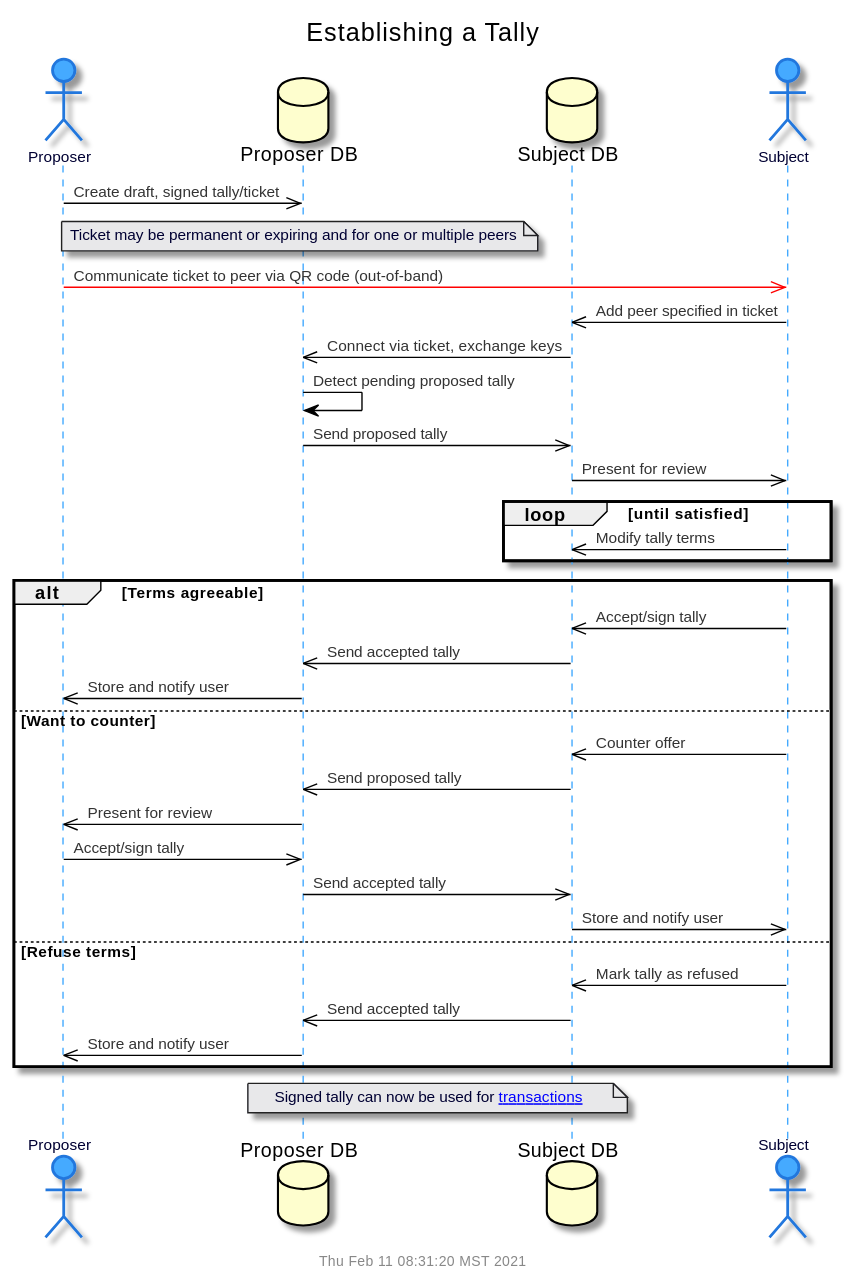
The PlantUML diagram doc/uml/seq-tally.svg in gotchoices/MyCHIPs, before a commit.
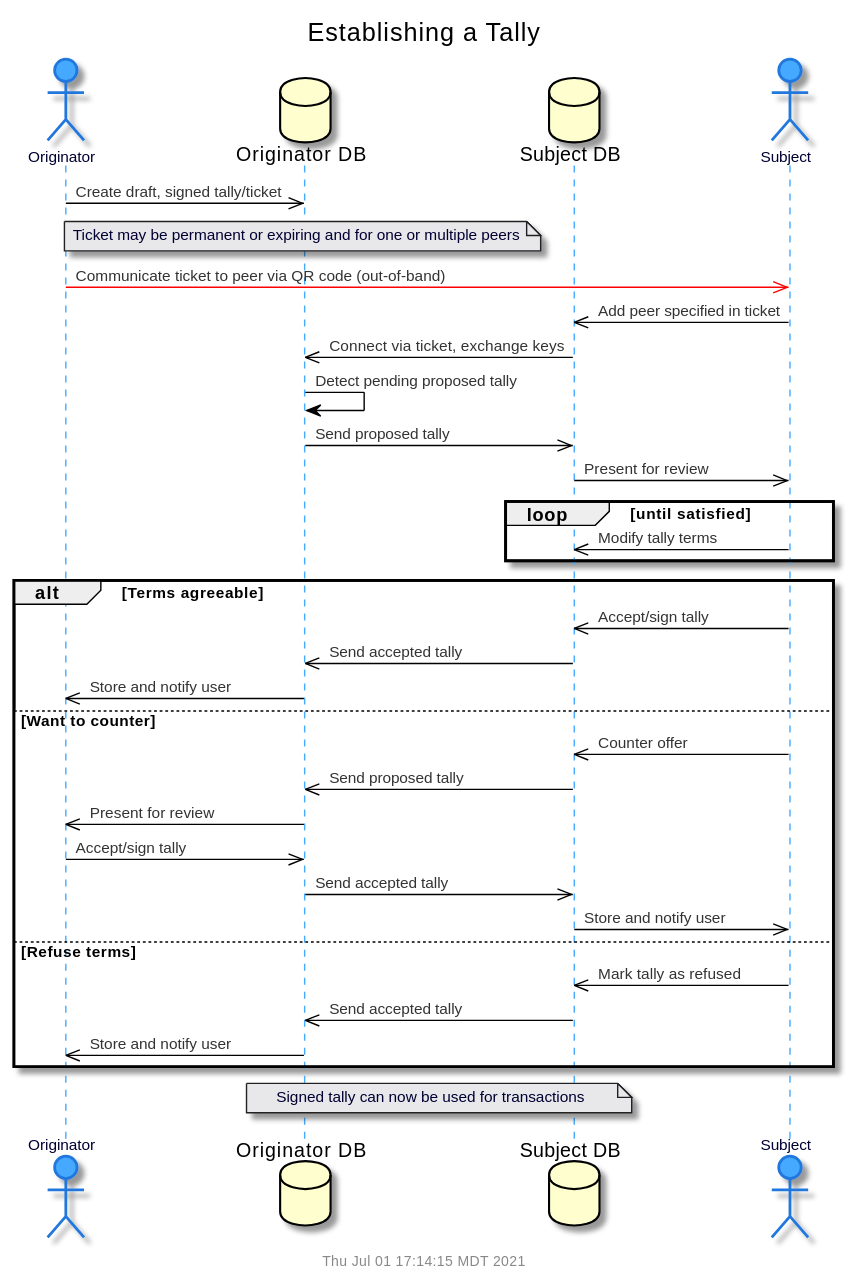
After the commit.

Change to the diagram source:
```diff
@@ -1,8 +1,8 @@
 @startuml
 !include common.puml
 $title(Establishing a Tally)
-actor "Proposer" as prop
-database "Proposer DB" as propDB
+actor "Originator" as prop
+database "Originator DB" as propDB
 database "Subject DB" as subjDB
 actor "Subject" as subj
 
@@ -40,7 +40,7 @@
 end
 
 note over propDB, subjDB
-  Signed tally can now be used for [[Tallies.md#invoicing transactions]]
+  Signed tally can now be used for transactions
 end note
 
 @enduml
```
